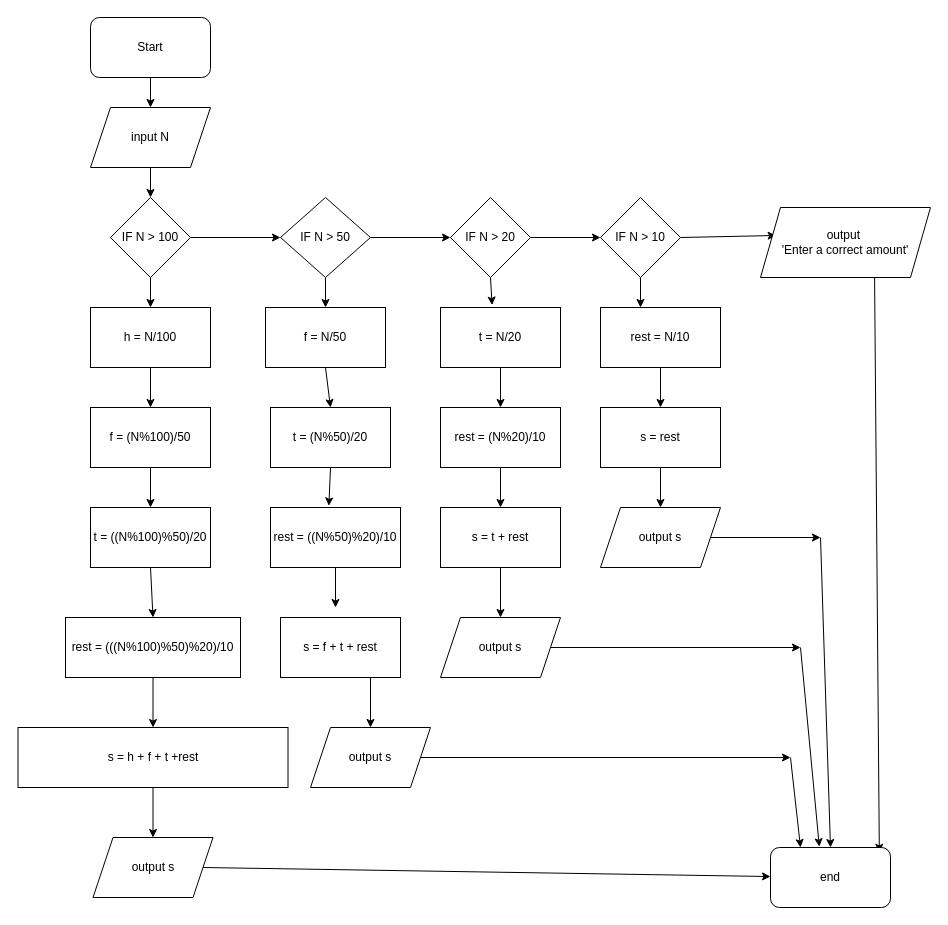
BarnoMamadzhanova/Algorithms keeps this draw.io diagram as iex2-atm.drawio. Above is the earlier version. Source tidied: cells renumbered, new cells numbered last; positions are measured from the earlier drawing's top-left corner, leaving out a move shared by most shapes. Both pictures are drawn from the tidied source at 100%, with x=0, y=0 at pixel (18, 17).
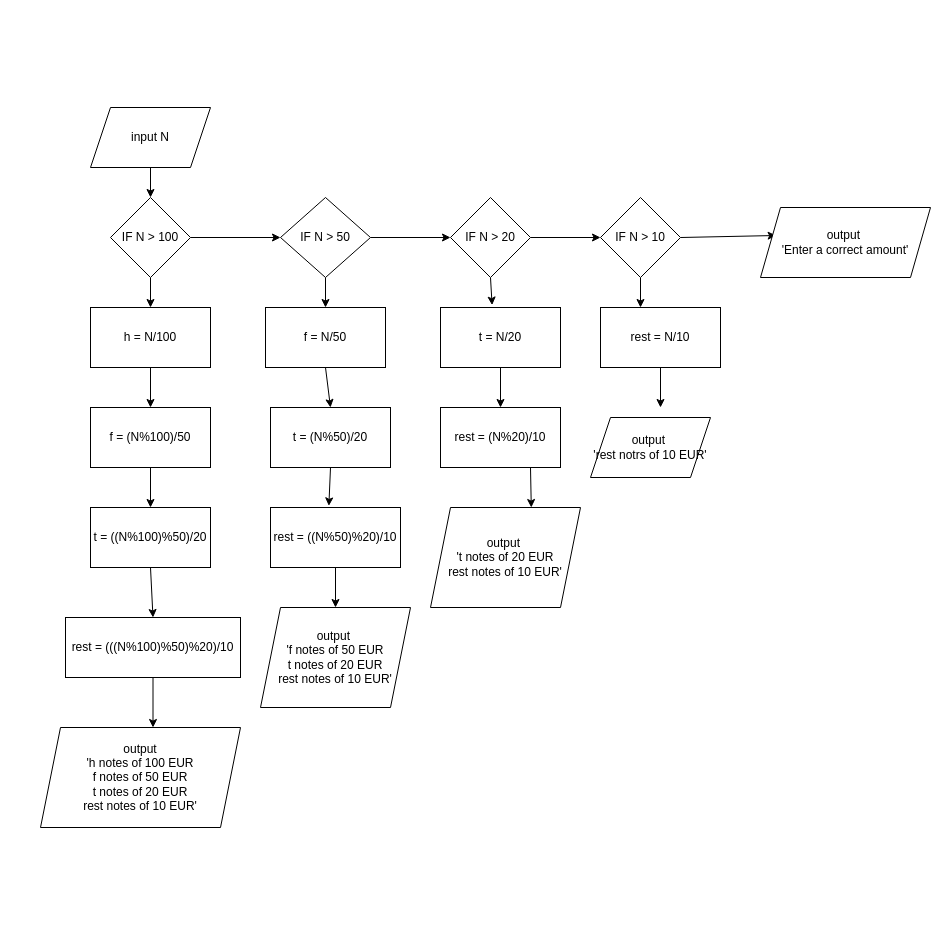
Above is the later version.

The change refers to these unchanged cells:
```xml
<mxCell id="5" value="input N" style="shape=parallelogram;perimeter=parallelogramPerimeter;whiteSpace=wrap;html=1;fixedSize=1;" parent="1" vertex="1">
  <mxGeometry x="72" y="90" width="120" height="60" as="geometry" />
</mxCell>
<mxCell id="25" value="rest = N/10" style="rounded=0;whiteSpace=wrap;html=1;" parent="1" vertex="1">
  <mxGeometry x="582" y="290" width="120" height="60" as="geometry" />
</mxCell>
<mxCell id="27" value="output&amp;nbsp;&lt;br&gt;'Enter a correct amount'" style="shape=parallelogram;perimeter=parallelogramPerimeter;whiteSpace=wrap;html=1;fixedSize=1;" parent="1" vertex="1">
  <mxGeometry x="742" y="190" width="170" height="70" as="geometry" />
</mxCell>
<mxCell id="37" value="rest = (((N%100)%50)%20)/10" style="rounded=0;whiteSpace=wrap;html=1;" parent="1" vertex="1">
  <mxGeometry x="47" y="600" width="175" height="60" as="geometry" />
</mxCell>
<mxCell id="47" value="rest = (N%20)/10" style="rounded=0;whiteSpace=wrap;html=1;" parent="1" vertex="1">
  <mxGeometry x="422" y="390" width="120" height="60" as="geometry" />
</mxCell>
```

Change to the diagram source:
```diff
@@
-    <mxCell id="2" style="edgeStyle=none;html=1;exitX=0.5;exitY=1;exitDx=0;exitDy=0;entryX=0.5;entryY=0;entryDx=0;entryDy=0;" parent="1" edge="1" source="3" target="5">
-      <mxGeometry relative="1" as="geometry" />
-    </mxCell>
-    <mxCell id="3" value="Start" style="rounded=1;whiteSpace=wrap;html=1;" parent="1" vertex="1">
-      <mxGeometry x="72" width="120" height="60" as="geometry" />
-    </mxCell>
@@
-    <mxCell id="24" style="edgeStyle=none;html=1;exitX=0.5;exitY=1;exitDx=0;exitDy=0;entryX=0.5;entryY=0;entryDx=0;entryDy=0;" parent="1" edge="1" source="25" target="53">
-      <mxGeometry relative="1" as="geometry" />
+    <mxCell id="24" style="edgeStyle=none;html=1;exitX=0.5;exitY=1;exitDx=0;exitDy=0;entryX=0.5;entryY=0;entryDx=0;entryDy=0;" parent="1" edge="1" source="25">
+      <mxGeometry relative="1" as="geometry">
+        <mxPoint x="642" y="390" as="targetPoint" />
+      </mxGeometry>
     </mxCell>
@@
-    <mxCell id="26" style="edgeStyle=none;html=1;exitX=0.671;exitY=0.971;exitDx=0;exitDy=0;entryX=0.907;entryY=0.08;entryDx=0;entryDy=0;entryPerimeter=0;exitPerimeter=0;" parent="1" edge="1" source="27" target="56">
-      <mxGeometry relative="1" as="geometry" />
-    </mxCell>
@@
-    <mxCell id="28" style="edgeStyle=none;html=1;exitX=0.5;exitY=1;exitDx=0;exitDy=0;entryX=0.5;entryY=0;entryDx=0;entryDy=0;" parent="1" edge="1" source="29" target="31">
-      <mxGeometry relative="1" as="geometry" />
-    </mxCell>
-    <mxCell id="29" value="s = h + f + t +rest" style="rounded=0;whiteSpace=wrap;html=1;" parent="1" vertex="1">
-      <mxGeometry x="-0.5" y="710" width="270" height="60" as="geometry" />
-    </mxCell>
-    <mxCell id="30" style="edgeStyle=none;html=1;exitX=1;exitY=0.5;exitDx=0;exitDy=0;" parent="1" edge="1" source="31" target="56">
-      <mxGeometry relative="1" as="geometry" />
-    </mxCell>
-    <mxCell id="31" value="output s" style="shape=parallelogram;perimeter=parallelogramPerimeter;whiteSpace=wrap;html=1;fixedSize=1;" parent="1" vertex="1">
-      <mxGeometry x="74.5" y="820" width="120" height="60" as="geometry" />
+    <mxCell id="31" value="output&lt;br&gt;'h notes of 100 EUR&lt;br&gt;f notes of 50 EUR&lt;br&gt;t notes of 20 EUR&lt;br&gt;rest notes of 10 EUR'" style="shape=parallelogram;perimeter=parallelogramPerimeter;whiteSpace=wrap;html=1;fixedSize=1;" parent="1" vertex="1">
+      <mxGeometry x="22" y="710" width="200" height="100" as="geometry" />
     </mxCell>
@@
-    <mxCell id="36" style="edgeStyle=none;html=1;exitX=0.5;exitY=1;exitDx=0;exitDy=0;entryX=0.5;entryY=0;entryDx=0;entryDy=0;" parent="1" edge="1" source="37" target="29">
-      <mxGeometry relative="1" as="geometry" />
+    <mxCell id="36" style="edgeStyle=none;html=1;exitX=0.5;exitY=1;exitDx=0;exitDy=0;entryX=0.5;entryY=0;entryDx=0;entryDy=0;" parent="1" edge="1" source="37">
+      <mxGeometry relative="1" as="geometry">
+        <mxPoint x="134.5" y="710" as="targetPoint" />
+      </mxGeometry>
     </mxCell>
@@
-    <mxCell id="42" style="edgeStyle=none;html=1;exitX=0.75;exitY=1;exitDx=0;exitDy=0;entryX=0.5;entryY=0;entryDx=0;entryDy=0;" parent="1" edge="1" source="43" target="45">
-      <mxGeometry relative="1" as="geometry" />
-    </mxCell>
-    <mxCell id="43" value="s = f + t + rest" style="rounded=0;whiteSpace=wrap;html=1;" parent="1" vertex="1">
-      <mxGeometry x="262" y="600" width="120" height="60" as="geometry" />
-    </mxCell>
-    <mxCell id="44" style="edgeStyle=none;html=1;exitX=1;exitY=0.5;exitDx=0;exitDy=0;" parent="1" edge="1" source="45">
-      <mxGeometry relative="1" as="geometry">
-        <mxPoint x="772" y="740" as="targetPoint" />
-      </mxGeometry>
-    </mxCell>
-    <mxCell id="45" value="output s" style="shape=parallelogram;perimeter=parallelogramPerimeter;whiteSpace=wrap;html=1;fixedSize=1;" parent="1" vertex="1">
-      <mxGeometry x="292" y="710" width="120" height="60" as="geometry" />
-    </mxCell>
-    <mxCell id="46" style="edgeStyle=none;html=1;exitX=0.5;exitY=1;exitDx=0;exitDy=0;entryX=0.5;entryY=0;entryDx=0;entryDy=0;" parent="1" edge="1" source="47" target="49">
-      <mxGeometry relative="1" as="geometry" />
-    </mxCell>
+    <mxCell id="60" style="edgeStyle=none;html=1;exitX=0.75;exitY=1;exitDx=0;exitDy=0;entryX=0.672;entryY=0;entryDx=0;entryDy=0;entryPerimeter=0;" parent="1" edge="1" source="47" target="51">
+      <mxGeometry relative="1" as="geometry" />
+    </mxCell>
@@
-    <mxCell id="48" style="edgeStyle=none;html=1;exitX=0.5;exitY=1;exitDx=0;exitDy=0;entryX=0.5;entryY=0;entryDx=0;entryDy=0;" parent="1" edge="1" source="49" target="51">
-      <mxGeometry relative="1" as="geometry" />
-    </mxCell>
-    <mxCell id="49" value="s = t + rest" style="rounded=0;whiteSpace=wrap;html=1;" parent="1" vertex="1">
-      <mxGeometry x="422" y="490" width="120" height="60" as="geometry" />
-    </mxCell>
-    <mxCell id="50" style="edgeStyle=none;html=1;exitX=1;exitY=0.5;exitDx=0;exitDy=0;" parent="1" edge="1" source="51">
-      <mxGeometry relative="1" as="geometry">
-        <mxPoint x="782" y="630" as="targetPoint" />
-      </mxGeometry>
-    </mxCell>
-    <mxCell id="51" value="output s" style="shape=parallelogram;perimeter=parallelogramPerimeter;whiteSpace=wrap;html=1;fixedSize=1;" parent="1" vertex="1">
-      <mxGeometry x="422" y="600" width="120" height="60" as="geometry" />
+    <mxCell id="51" value="output&amp;nbsp;&lt;br&gt;'t notes of 20 EUR&lt;br&gt;rest notes of 10 EUR'" style="shape=parallelogram;perimeter=parallelogramPerimeter;whiteSpace=wrap;html=1;fixedSize=1;" parent="1" vertex="1">
+      <mxGeometry x="412" y="490" width="150" height="100" as="geometry" />
     </mxCell>
-    <mxCell id="52" style="edgeStyle=none;html=1;exitX=0.5;exitY=1;exitDx=0;exitDy=0;entryX=0.5;entryY=0;entryDx=0;entryDy=0;" parent="1" edge="1" source="53" target="55">
-      <mxGeometry relative="1" as="geometry" />
-    </mxCell>
-    <mxCell id="53" value="s = rest" style="rounded=0;whiteSpace=wrap;html=1;" parent="1" vertex="1">
-      <mxGeometry x="582" y="390" width="120" height="60" as="geometry" />
-    </mxCell>
-    <mxCell id="54" style="edgeStyle=none;html=1;exitX=1;exitY=0.5;exitDx=0;exitDy=0;" parent="1" edge="1" source="55">
-      <mxGeometry relative="1" as="geometry">
-        <mxPoint x="802" y="520" as="targetPoint" />
-      </mxGeometry>
-    </mxCell>
-    <mxCell id="55" value="output s" style="shape=parallelogram;perimeter=parallelogramPerimeter;whiteSpace=wrap;html=1;fixedSize=1;" parent="1" vertex="1">
-      <mxGeometry x="582" y="490" width="120" height="60" as="geometry" />
+    <mxCell id="55" value="output&amp;nbsp;&lt;br&gt;'rest notrs of 10 EUR'" style="shape=parallelogram;perimeter=parallelogramPerimeter;whiteSpace=wrap;html=1;fixedSize=1;" parent="1" vertex="1">
+      <mxGeometry x="572" y="400" width="120" height="60" as="geometry" />
     </mxCell>
-    <mxCell id="56" value="end" style="rounded=1;whiteSpace=wrap;html=1;" parent="1" vertex="1">
-      <mxGeometry x="752" y="830" width="120" height="60" as="geometry" />
-    </mxCell>
-    <mxCell id="57" style="endArrow=classic;html=1;entryX=0.5;entryY=0;entryDx=0;entryDy=0;" parent="1" edge="1" target="56">
-      <mxGeometry relative="1" as="geometry">
-        <mxPoint x="802" y="520" as="sourcePoint" />
-      </mxGeometry>
-    </mxCell>
-    <mxCell id="58" style="endArrow=classic;html=1;entryX=0.407;entryY=-0.013;entryDx=0;entryDy=0;entryPerimeter=0;" parent="1" edge="1" target="56">
-      <mxGeometry relative="1" as="geometry">
-        <mxPoint x="782" y="630" as="sourcePoint" />
-      </mxGeometry>
-    </mxCell>
-    <mxCell id="59" style="endArrow=classic;html=1;entryX=0.25;entryY=0;entryDx=0;entryDy=0;" parent="1" edge="1" target="56">
-      <mxGeometry relative="1" as="geometry">
-        <mxPoint x="772" y="740" as="sourcePoint" />
-      </mxGeometry>
-    </mxCell>
+    <mxCell id="61" value="output&amp;nbsp;&lt;br&gt;'f notes of 50 EUR&lt;br&gt;t notes of 20 EUR&lt;br&gt;rest notes of 10 EUR'" style="shape=parallelogram;perimeter=parallelogramPerimeter;whiteSpace=wrap;html=1;fixedSize=1;" parent="1" vertex="1">
+      <mxGeometry x="242" y="590" width="150" height="100" as="geometry" />
+    </mxCell>
```
